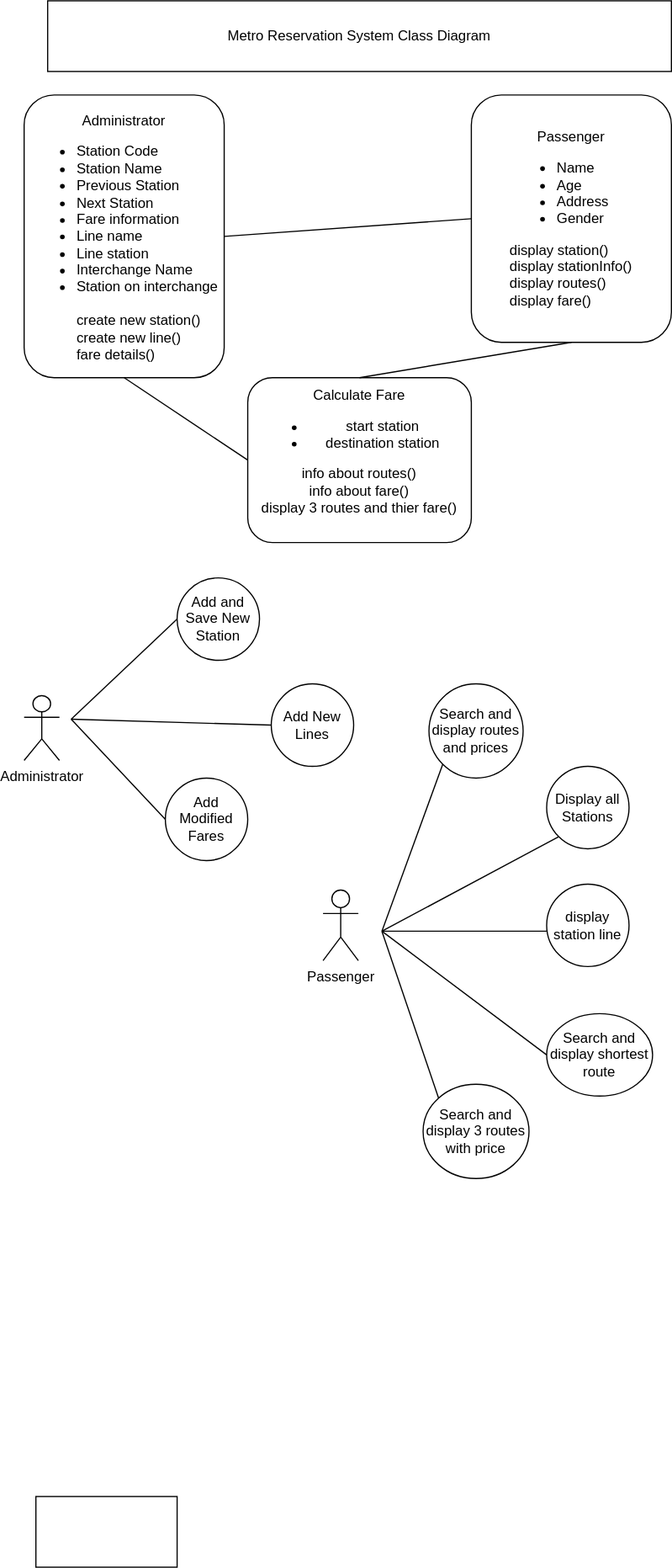
Earlier version of the draw.io export Metro_reservation_system.svg (RidhimaBhandari/Software-Development-). Source tidied: cells renumbered, new cells last; positions are measured from the earlier drawing's top-left corner, leaving out a move shared by most shapes.
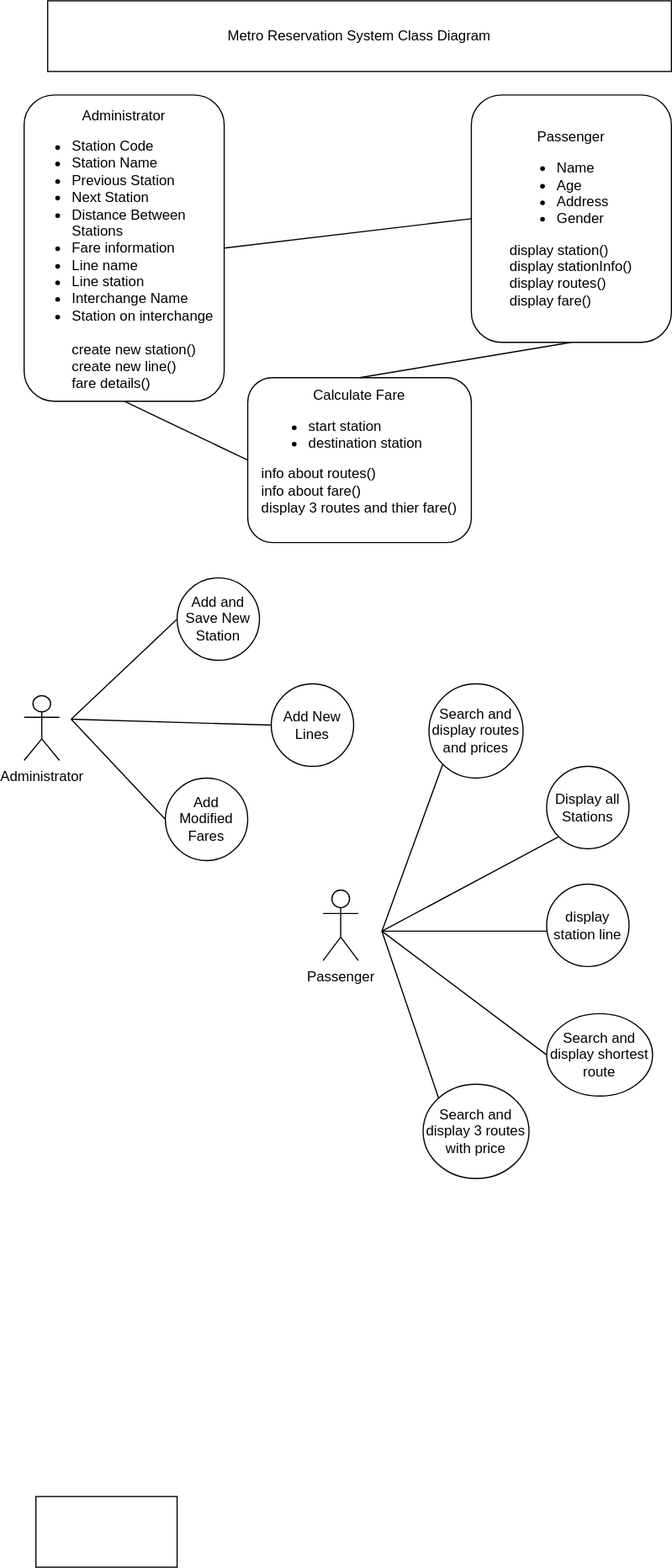
The same file after the commit.

The edit, as a diff of the source:
```diff
@@ -2,13 +2,13 @@
   <root>
     <mxCell id="0" />
     <mxCell id="1" parent="0" />
-    <mxCell id="2" value="&lt;div style=&quot;&quot;&gt;&lt;br&gt;&lt;/div&gt;&lt;div style=&quot;&quot;&gt;Administrator&lt;/div&gt;&lt;ul&gt;&lt;li style=&quot;text-align: left;&quot;&gt;Station Code&lt;/li&gt;&lt;li style=&quot;text-align: left;&quot;&gt;Station Name&lt;/li&gt;&lt;li style=&quot;text-align: left;&quot;&gt;Previous Station&lt;/li&gt;&lt;li style=&quot;text-align: left;&quot;&gt;Next Station&lt;/li&gt;&lt;li style=&quot;text-align: left;&quot;&gt;Fare information&lt;/li&gt;&lt;li style=&quot;text-align: left;&quot;&gt;Line name&lt;/li&gt;&lt;li style=&quot;text-align: left;&quot;&gt;Line station&lt;/li&gt;&lt;li style=&quot;text-align: left;&quot;&gt;Interchange Name&lt;/li&gt;&lt;li&gt;&lt;div style=&quot;text-align: left;&quot;&gt;Station on interchange&lt;/div&gt;&lt;div style=&quot;text-align: left;&quot;&gt;&lt;br&gt;&lt;/div&gt;&lt;div style=&quot;text-align: left;&quot;&gt;create new station()&lt;/div&gt;&lt;div style=&quot;text-align: left;&quot;&gt;create new line()&lt;/div&gt;&lt;div style=&quot;&quot;&gt;&lt;div style=&quot;text-align: left;&quot;&gt;fare details()&lt;/div&gt;&lt;/div&gt;&lt;/li&gt;&lt;/ul&gt;" style="rounded=1;whiteSpace=wrap;html=1;fontSize=12;" parent="1" vertex="1">
-      <mxGeometry y="80" width="170" height="240" as="geometry" />
+    <mxCell id="2" value="&lt;div style=&quot;&quot;&gt;&lt;br&gt;&lt;/div&gt;&lt;div style=&quot;&quot;&gt;Administrator&lt;/div&gt;&lt;ul&gt;&lt;li style=&quot;text-align: left;&quot;&gt;Station Code&lt;/li&gt;&lt;li style=&quot;text-align: left;&quot;&gt;Station Name&lt;/li&gt;&lt;li style=&quot;text-align: left;&quot;&gt;Previous Station&lt;/li&gt;&lt;li style=&quot;text-align: left;&quot;&gt;Next Station&lt;/li&gt;&lt;li style=&quot;text-align: left;&quot;&gt;Distance Between Stations&lt;/li&gt;&lt;li style=&quot;text-align: left;&quot;&gt;Fare information&lt;/li&gt;&lt;li style=&quot;text-align: left;&quot;&gt;Line name&lt;/li&gt;&lt;li style=&quot;text-align: left;&quot;&gt;Line station&lt;/li&gt;&lt;li style=&quot;text-align: left;&quot;&gt;Interchange Name&lt;/li&gt;&lt;li&gt;&lt;div style=&quot;text-align: left;&quot;&gt;Station on interchange&lt;/div&gt;&lt;div style=&quot;text-align: left;&quot;&gt;&lt;br&gt;&lt;/div&gt;&lt;div style=&quot;text-align: left;&quot;&gt;create new station()&lt;/div&gt;&lt;div style=&quot;text-align: left;&quot;&gt;create new line()&lt;/div&gt;&lt;div style=&quot;&quot;&gt;&lt;div style=&quot;text-align: left;&quot;&gt;fare details()&lt;/div&gt;&lt;/div&gt;&lt;/li&gt;&lt;/ul&gt;" style="rounded=1;whiteSpace=wrap;html=1;fontSize=12;" parent="1" vertex="1">
+      <mxGeometry y="80" width="170" height="260" as="geometry" />
     </mxCell>
     <mxCell id="3" value="Metro Reservation System Class Diagram" style="rounded=0;whiteSpace=wrap;html=1;fontSize=12;" parent="1" vertex="1">
       <mxGeometry x="20" width="530" height="60" as="geometry" />
     </mxCell>
-    <mxCell id="4" value="Calculate Fare&lt;br&gt;&lt;ul&gt;&lt;li&gt;start station&lt;/li&gt;&lt;li&gt;destination station&lt;/li&gt;&lt;/ul&gt;&lt;div&gt;info about routes()&lt;/div&gt;&lt;div&gt;info about fare()&lt;/div&gt;&lt;div&gt;display 3 routes and thier fare()&lt;/div&gt;&lt;div&gt;&lt;br&gt;&lt;/div&gt;" style="rounded=1;whiteSpace=wrap;html=1;fontSize=12;" parent="1" vertex="1">
+    <mxCell id="4" value="Calculate Fare&lt;br&gt;&lt;ul&gt;&lt;li style=&quot;text-align: left;&quot;&gt;start station&lt;/li&gt;&lt;li style=&quot;text-align: left;&quot;&gt;destination station&lt;/li&gt;&lt;/ul&gt;&lt;div style=&quot;text-align: left;&quot;&gt;info about routes()&lt;/div&gt;&lt;div style=&quot;text-align: left;&quot;&gt;info about fare()&lt;/div&gt;&lt;div style=&quot;text-align: left;&quot;&gt;display 3 routes and thier fare()&lt;/div&gt;&lt;div&gt;&lt;br&gt;&lt;/div&gt;" style="rounded=1;whiteSpace=wrap;html=1;fontSize=12;" parent="1" vertex="1">
       <mxGeometry x="190" y="320" width="190" height="140" as="geometry" />
     </mxCell>
     <mxCell id="5" value="Passenger&lt;br&gt;&lt;ul&gt;&lt;li style=&quot;text-align: left;&quot;&gt;Name&lt;/li&gt;&lt;li style=&quot;text-align: left;&quot;&gt;Age&lt;/li&gt;&lt;li style=&quot;text-align: left;&quot;&gt;Address&lt;/li&gt;&lt;li style=&quot;text-align: left;&quot;&gt;Gender&lt;/li&gt;&lt;/ul&gt;&lt;div style=&quot;text-align: left;&quot;&gt;display station()&lt;/div&gt;&lt;div style=&quot;text-align: left;&quot;&gt;display stationInfo()&lt;/div&gt;&lt;div style=&quot;text-align: left;&quot;&gt;display routes()&lt;/div&gt;&lt;div&gt;&lt;div style=&quot;text-align: left;&quot;&gt;display fare()&lt;/div&gt;&lt;/div&gt;" style="rounded=1;whiteSpace=wrap;html=1;fontSize=12;" parent="1" vertex="1">
```
